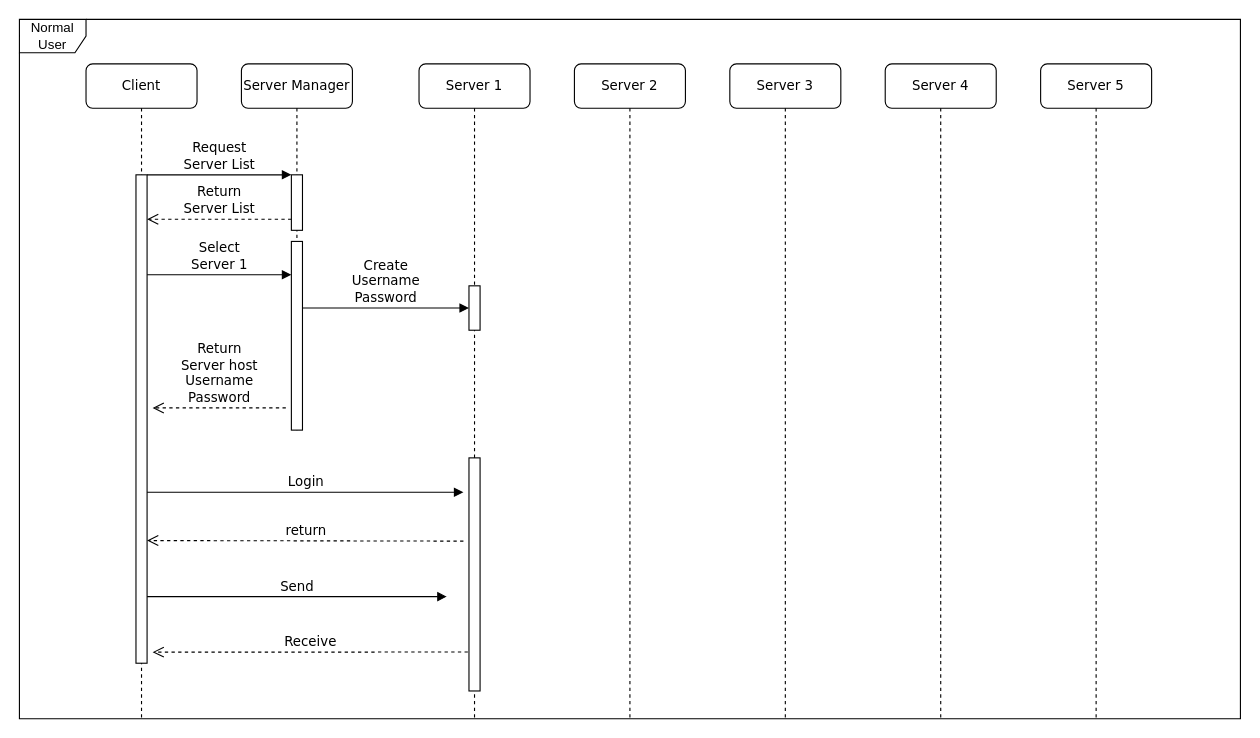
This is VPN_normal_user.drawio from Hewitt1410/public, a draw.io file, before an edit. Source tidied: cells renumbered, new cells numbered last; positions are measured from the earlier drawing's top-left corner, leaving out a move shared by most shapes. Both pictures are drawn from the tidied source at 111%, with x=0, y=0 at pixel (19, 19).
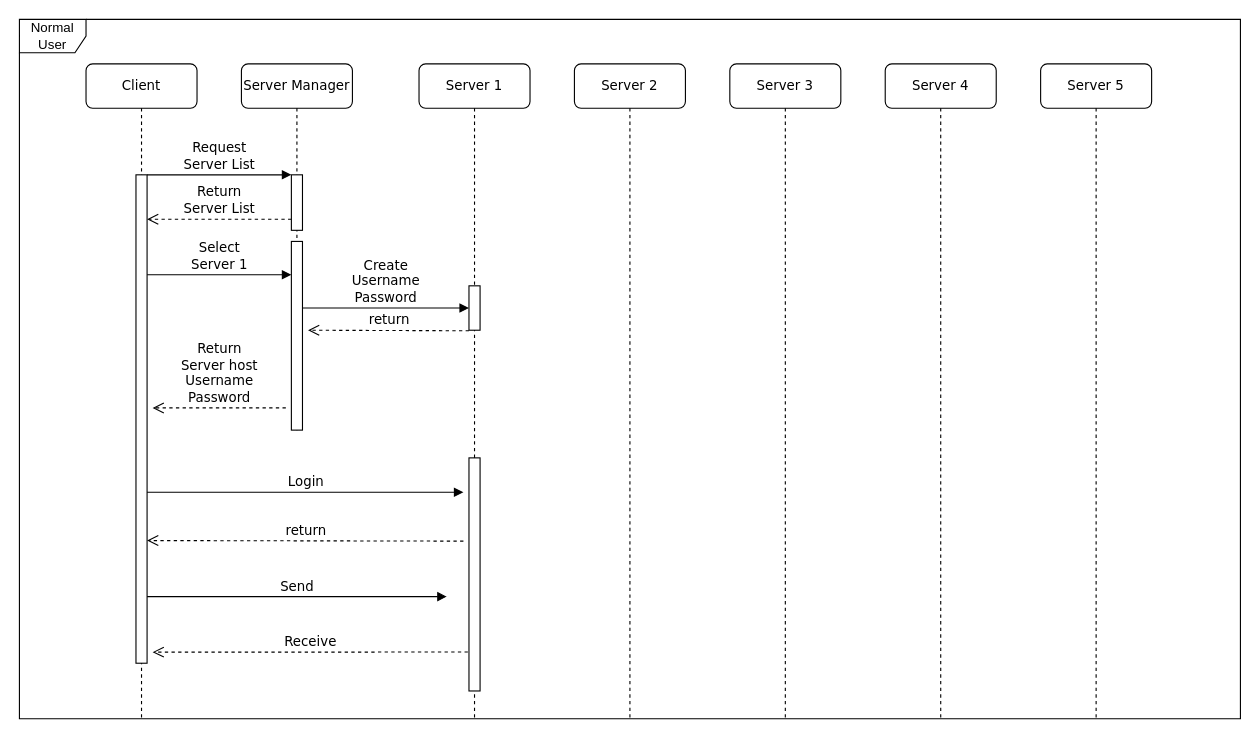
The same page after the edit.

What changed in the source:
```diff
@@
+    <mxCell id="24" value="return" style="html=1;verticalAlign=bottom;endArrow=open;dashed=1;endSize=8;labelBackgroundColor=none;fontFamily=Verdana;fontSize=12;edgeStyle=elbowEdgeStyle;elbow=vertical;" parent="1" edge="1">
+      <mxGeometry relative="1" as="geometry">
+        <mxPoint x="405" y="280.5" as="sourcePoint" />
+        <mxPoint x="260" y="280" as="targetPoint" />
+      </mxGeometry>
+    </mxCell>
```
